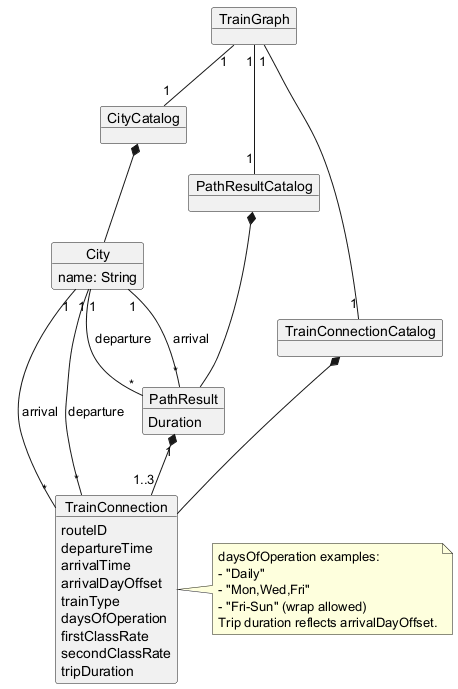
The PlantUML diagram Iteration_2/docs/images/domain model.png in SamuelVachon/SOEN342, before a commit. Its diagram source:
```plantuml
@startuml domain model
skinparam classAttributeIconSize 0

object City {
  name: String
}

object CityCatalog{

}

object TrainConnectionCatalog{

}

object TrainConnection {
  routeID
  departureTime
  arrivalTime
  arrivalDayOffset
  trainType
  daysOfOperation
  firstClassRate
  secondClassRate
  tripDuration
}


object TrainGraph {

}

object PathResultCatalog{

}

object PathResult {
  Duration
}


PathResultCatalog *-- PathResult
TrainConnectionCatalog *-- TrainConnection
CityCatalog *-- City
City "1" -- "*" TrainConnection : departure
City "1" -- "*" TrainConnection : arrival
City "1" -- "*" PathResult : departure
City "1" -- "*" PathResult : arrival
TrainGraph "1" --  "1" TrainConnectionCatalog
TrainGraph "1" --  "1" PathResultCatalog
TrainGraph "1" --  "1" CityCatalog
PathResult "1" *-- "1..3" TrainConnection

note right of TrainConnection
daysOfOperation examples:
- "Daily"
- "Mon,Wed,Fri"
- "Fri-Sun" (wrap allowed)
Trip duration reflects arrivalDayOffset.
end note
@enduml
```
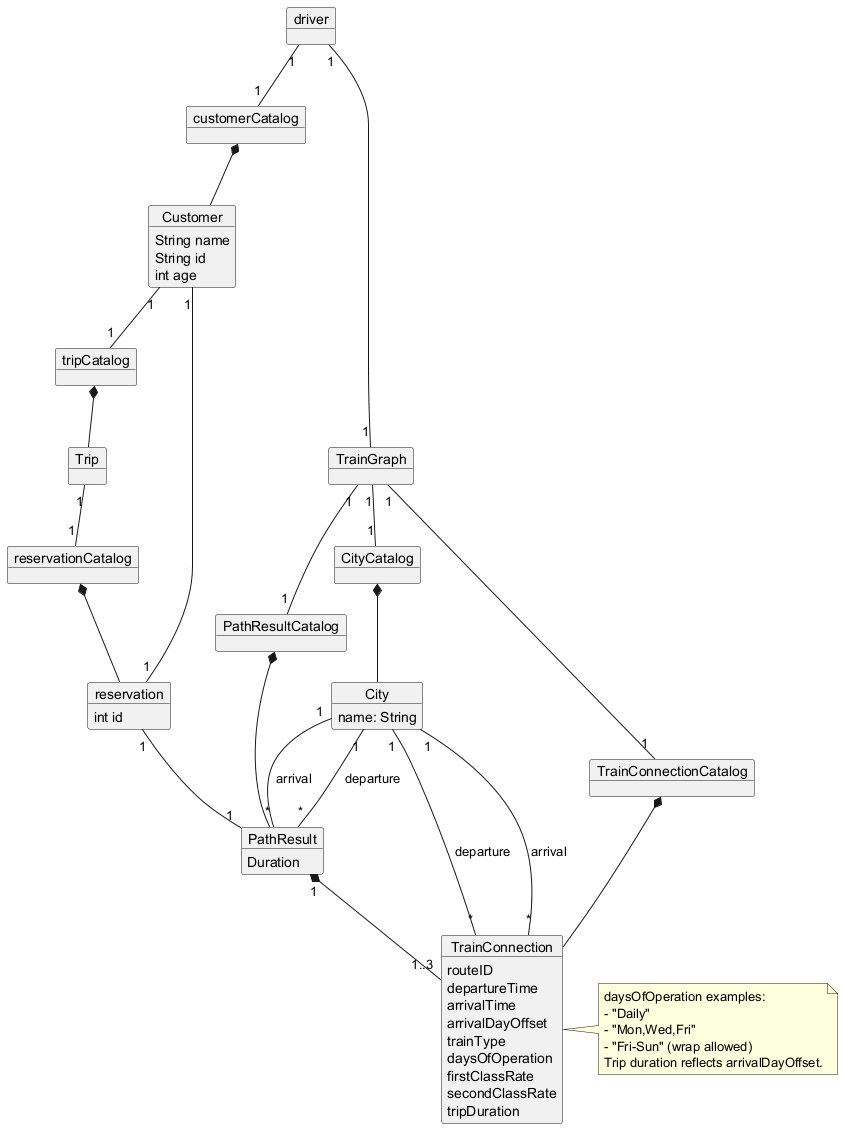
After the change.

Change to the diagram source:
```diff
@@ -38,6 +38,45 @@
   Duration
 }
 
+object customerCatalog{
+
+}
+
+object Customer{
+  String name
+  String id
+  int age
+}
+
+object tripCatalog{
+
+}
+
+object Trip{
+
+}
+
+object reservationCatalog{
+
+}
+
+object reservation{
+  int id
+}
+
+object driver{
+
+}
+
+driver "1" -- "1" TrainGraph
+driver "1" -- "1" customerCatalog
+customerCatalog  *-- Customer
+Customer "1" -- "1" tripCatalog
+tripCatalog *-- Trip
+Trip "1" -- "1" reservationCatalog
+reservationCatalog *-- reservation
+reservation "1" -- "1" Customer
+reservation "1" -- "1" PathResult
 
 PathResultCatalog *-- PathResult
 TrainConnectionCatalog *-- TrainConnection
@@ -51,6 +90,7 @@
 TrainGraph "1" --  "1" CityCatalog
 PathResult "1" *-- "1..3" TrainConnection
 
+
 note right of TrainConnection
 daysOfOperation examples:
 - "Daily"
```
